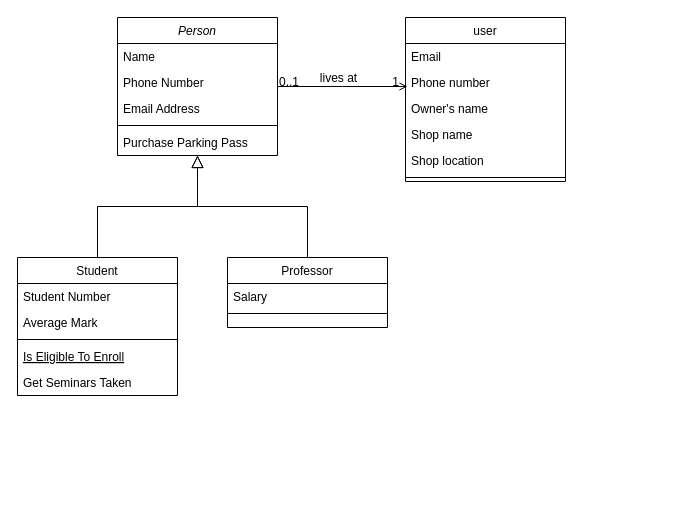
This is Faida.drawio from MosesOchieng/Database, a draw.io file, before an edit. Source tidied: cells renumbered, new cells numbered last; positions are measured from the earlier drawing's top-left corner, leaving out a move shared by most shapes. Both pictures are drawn from the tidied source at 100%, with x=0, y=0 at pixel (17, 17).
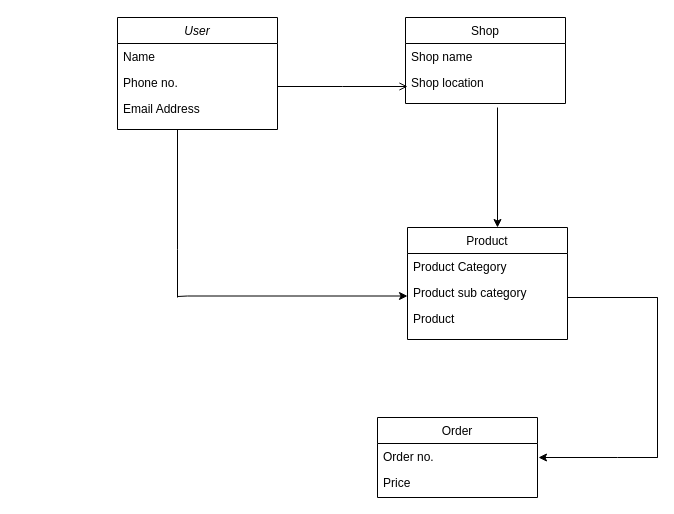
Above is the later version.

The change refers to these unchanged cells:
```xml
<mxCell id="26" style="endArrow=open;shadow=0;strokeWidth=1;rounded=0;endFill=1;edgeStyle=elbowEdgeStyle;elbow=vertical;" parent="1" edge="1" source="2">
  <mxGeometry x="0.5" y="41" relative="1" as="geometry">
    <mxPoint x="390" y="69" as="targetPoint" />
    <mxPoint x="-40" y="32" as="offset" />
  </mxGeometry>
</mxCell>
```

The edit, as a diff of the source:
```diff
@@
-    <mxCell id="2" value="Person" style="swimlane;fontStyle=2;align=center;verticalAlign=top;horizontal=1;startSize=26;rounded=0;shadow=0;strokeWidth=1;" parent="1" vertex="1">
-      <mxGeometry x="100" width="160" height="138" as="geometry" />
+    <mxCell id="2" value="User" style="swimlane;fontStyle=2;align=center;verticalAlign=top;horizontal=1;startSize=26;rounded=0;shadow=0;strokeWidth=1;" parent="1" vertex="1">
+      <mxGeometry x="100" width="160" height="112" as="geometry" />
     </mxCell>
@@
-    <mxCell id="4" value="Phone Number" style="text;align=left;verticalAlign=top;spacingLeft=4;spacingRight=4;overflow=hidden;rounded=0;shadow=0;html=0;" parent="2" vertex="1">
+    <mxCell id="4" value="Phone no." style="text;align=left;verticalAlign=top;spacingLeft=4;spacingRight=4;overflow=hidden;rounded=0;shadow=0;html=0;" parent="2" vertex="1">
       <mxGeometry y="52" width="160" height="26" as="geometry" />
     </mxCell>
@@
-    <mxCell id="6" style="line;html=1;strokeWidth=1;align=left;verticalAlign=middle;spacingTop=-1;spacingLeft=3;spacingRight=3;labelPosition=right;" parent="2" vertex="1">
-      <mxGeometry y="104" width="160" height="8" as="geometry" />
-    </mxCell>
-    <mxCell id="7" value="Purchase Parking Pass" style="text;align=left;verticalAlign=top;spacingLeft=4;spacingRight=4;overflow=hidden;" parent="2" vertex="1">
-      <mxGeometry y="112" width="160" height="26" as="geometry" />
-    </mxCell>
-    <mxCell id="8" value="Student" style="swimlane;fontStyle=0;align=center;verticalAlign=top;horizontal=1;startSize=26;rounded=0;shadow=0;strokeWidth=1;" parent="1" vertex="1">
-      <mxGeometry y="240" width="160" height="138" as="geometry" />
+    <mxCell id="8" value="Product" style="swimlane;fontStyle=0;align=center;verticalAlign=top;horizontal=1;startSize=26;rounded=0;shadow=0;strokeWidth=1;" parent="1" vertex="1">
+      <mxGeometry x="390" y="210" width="160" height="112" as="geometry" />
     </mxCell>
-    <mxCell id="9" value="Student Number" style="text;align=left;verticalAlign=top;spacingLeft=4;spacingRight=4;overflow=hidden;" parent="8" vertex="1">
+    <mxCell id="9" value="Product Category" style="text;align=left;verticalAlign=top;spacingLeft=4;spacingRight=4;overflow=hidden;" parent="8" vertex="1">
       <mxGeometry y="26" width="160" height="26" as="geometry" />
     </mxCell>
-    <mxCell id="10" value="Average Mark" style="text;align=left;verticalAlign=top;spacingLeft=4;spacingRight=4;overflow=hidden;rounded=0;shadow=0;html=0;" parent="8" vertex="1">
+    <mxCell id="10" value="Product sub category" style="text;align=left;verticalAlign=top;spacingLeft=4;spacingRight=4;overflow=hidden;rounded=0;shadow=0;html=0;" parent="8" vertex="1">
       <mxGeometry y="52" width="160" height="26" as="geometry" />
     </mxCell>
-    <mxCell id="11" style="line;html=1;strokeWidth=1;align=left;verticalAlign=middle;spacingTop=-1;spacingLeft=3;spacingRight=3;labelPosition=right;" parent="8" vertex="1">
-      <mxGeometry y="78" width="160" height="8" as="geometry" />
-    </mxCell>
-    <mxCell id="12" value="Is Eligible To Enroll" style="text;align=left;verticalAlign=top;spacingLeft=4;spacingRight=4;overflow=hidden;fontStyle=4;" parent="8" vertex="1">
-      <mxGeometry y="86" width="160" height="26" as="geometry" />
+    <mxCell id="12" value="Product" style="text;align=left;verticalAlign=top;spacingLeft=4;spacingRight=4;overflow=hidden;fontStyle=0;" parent="8" vertex="1">
+      <mxGeometry y="78" width="160" height="26" as="geometry" />
     </mxCell>
-    <mxCell id="13" value="Get Seminars Taken" style="text;align=left;verticalAlign=top;spacingLeft=4;spacingRight=4;overflow=hidden;" parent="8" vertex="1">
-      <mxGeometry y="112" width="160" height="26" as="geometry" />
-    </mxCell>
-    <mxCell id="14" style="endArrow=block;endSize=10;endFill=0;shadow=0;strokeWidth=1;rounded=0;edgeStyle=elbowEdgeStyle;elbow=vertical;" parent="1" edge="1" source="8" target="2">
-      <mxGeometry relative="1" as="geometry" />
-    </mxCell>
-    <mxCell id="15" value="Professor" style="swimlane;fontStyle=0;align=center;verticalAlign=top;horizontal=1;startSize=26;rounded=0;shadow=0;strokeWidth=1;" parent="1" vertex="1">
-      <mxGeometry x="210" y="240" width="160" height="70" as="geometry" />
-    </mxCell>
-    <mxCell id="16" value="Salary" style="text;align=left;verticalAlign=top;spacingLeft=4;spacingRight=4;overflow=hidden;" parent="15" vertex="1">
-      <mxGeometry y="26" width="160" height="26" as="geometry" />
-    </mxCell>
-    <mxCell id="17" style="line;html=1;strokeWidth=1;align=left;verticalAlign=middle;spacingTop=-1;spacingLeft=3;spacingRight=3;labelPosition=right;" parent="15" vertex="1">
-      <mxGeometry y="52" width="160" height="8" as="geometry" />
-    </mxCell>
-    <mxCell id="18" style="endArrow=block;endSize=10;endFill=0;shadow=0;strokeWidth=1;rounded=0;edgeStyle=elbowEdgeStyle;elbow=vertical;" parent="1" edge="1" source="15" target="2">
-      <mxGeometry relative="1" as="geometry" />
-    </mxCell>
-    <mxCell id="19" value="user" style="swimlane;fontStyle=0;align=center;verticalAlign=top;horizontal=1;startSize=26;rounded=0;shadow=0;strokeWidth=1;" parent="1" vertex="1">
-      <mxGeometry x="388" width="160" height="164" as="geometry" />
+    <mxCell id="19" value="Shop" style="swimlane;fontStyle=0;align=center;verticalAlign=top;horizontal=1;startSize=26;rounded=0;shadow=0;strokeWidth=1;" parent="1" vertex="1">
+      <mxGeometry x="388" width="160" height="86" as="geometry" />
     </mxCell>
-    <mxCell id="20" value="Email" style="text;align=left;verticalAlign=top;spacingLeft=4;spacingRight=4;overflow=hidden;" parent="19" vertex="1">
-      <mxGeometry y="26" width="160" height="26" as="geometry" />
-    </mxCell>
-    <mxCell id="21" value="Phone number" style="text;align=left;verticalAlign=top;spacingLeft=4;spacingRight=4;overflow=hidden;rounded=0;shadow=0;html=0;" parent="19" vertex="1">
-      <mxGeometry y="52" width="160" height="26" as="geometry" />
-    </mxCell>
-    <mxCell id="22" value="Owner's name" style="text;align=left;verticalAlign=top;spacingLeft=4;spacingRight=4;overflow=hidden;rounded=0;shadow=0;html=0;" parent="19" vertex="1">
-      <mxGeometry y="78" width="160" height="26" as="geometry" />
-    </mxCell>
     <mxCell id="23" value="Shop name" style="text;align=left;verticalAlign=top;spacingLeft=4;spacingRight=4;overflow=hidden;rounded=0;shadow=0;html=0;" parent="19" vertex="1">
-      <mxGeometry y="104" width="160" height="26" as="geometry" />
+      <mxGeometry y="26" width="160" height="26" as="geometry" />
     </mxCell>
     <mxCell id="24" value="Shop location" style="text;align=left;verticalAlign=top;spacingLeft=4;spacingRight=4;overflow=hidden;rounded=0;shadow=0;html=0;" parent="19" vertex="1">
-      <mxGeometry y="130" width="160" height="26" as="geometry" />
+      <mxGeometry y="52" width="160" height="26" as="geometry" />
     </mxCell>
-    <mxCell id="25" style="line;html=1;strokeWidth=1;align=left;verticalAlign=middle;spacingTop=-1;spacingLeft=3;spacingRight=3;labelPosition=right;" parent="19" vertex="1">
-      <mxGeometry y="156" width="160" height="8" as="geometry" />
-    </mxCell>
@@
-    <mxCell id="27" value="0..1" style="align=left;verticalAlign=bottom;labelBackgroundColor=none;fontSize=12;" parent="26" vertex="1">
-      <mxGeometry x="-1" relative="1" as="geometry">
-        <mxPoint y="4" as="offset" />
-      </mxGeometry>
-    </mxCell>
-    <mxCell id="28" value="1" style="align=right;verticalAlign=bottom;labelBackgroundColor=none;fontSize=12;" parent="26" vertex="1">
-      <mxGeometry x="1" relative="1" as="geometry">
-        <mxPoint x="-7" y="4" as="offset" />
-      </mxGeometry>
-    </mxCell>
-    <mxCell id="29" value="lives at" style="text;html=1;align=center;verticalAlign=middle;labelBackgroundColor=none;rounded=0;shadow=0;strokeWidth=1;fontSize=12;" parent="26" vertex="1">
-      <mxGeometry x="0.5" y="49" relative="1" as="geometry">
-        <mxPoint x="-38" y="40" as="offset" />
-      </mxGeometry>
-    </mxCell>
+    <mxCell id="30" style="endArrow=classic;html=1;rounded=0;" parent="1" edge="1">
+      <mxGeometry relative="1" as="geometry">
+        <mxPoint x="480" y="90" as="sourcePoint" />
+        <mxPoint x="480" y="210" as="targetPoint" />
+      </mxGeometry>
+    </mxCell>
+    <mxCell id="31" style="endArrow=none;html=1;rounded=0;" parent="1" edge="1">
+      <mxGeometry relative="1" as="geometry">
+        <mxPoint x="160" y="280" as="sourcePoint" />
+        <mxPoint x="160" y="112" as="targetPoint" />
+        <Array as="points">
+          <mxPoint x="160" y="232" />
+        </Array>
+      </mxGeometry>
+    </mxCell>
+    <mxCell id="32" style="endArrow=classic;html=1;rounded=0;" parent="1" edge="1">
+      <mxGeometry relative="1" as="geometry">
+        <mxPoint x="160" y="279" as="sourcePoint" />
+        <mxPoint x="390" y="278.5" as="targetPoint" />
+        <Array as="points">
+          <mxPoint x="170" y="278.5" />
+        </Array>
+      </mxGeometry>
+    </mxCell>
+    <mxCell id="33" value="Order" style="swimlane;fontStyle=0;align=center;verticalAlign=top;horizontal=1;startSize=26;rounded=0;shadow=0;strokeWidth=1;" parent="1" vertex="1">
+      <mxGeometry x="360" y="400" width="160" height="80" as="geometry" />
+    </mxCell>
+    <mxCell id="34" value="Order no." style="text;align=left;verticalAlign=top;spacingLeft=4;spacingRight=4;overflow=hidden;" parent="33" vertex="1">
+      <mxGeometry y="26" width="160" height="26" as="geometry" />
+    </mxCell>
+    <mxCell id="35" value="Price" style="text;align=left;verticalAlign=top;spacingLeft=4;spacingRight=4;overflow=hidden;rounded=0;shadow=0;html=0;" parent="33" vertex="1">
+      <mxGeometry y="52" width="160" height="26" as="geometry" />
+    </mxCell>
+    <mxCell id="36" style="endArrow=none;html=1;rounded=0;" parent="1" edge="1">
+      <mxGeometry relative="1" as="geometry">
+        <mxPoint x="640" y="440" as="sourcePoint" />
+        <mxPoint x="640" y="280" as="targetPoint" />
+      </mxGeometry>
+    </mxCell>
+    <mxCell id="37" style="endArrow=none;html=1;rounded=0;" parent="1" edge="1">
+      <mxGeometry relative="1" as="geometry">
+        <mxPoint x="550" y="280" as="sourcePoint" />
+        <mxPoint x="640" y="440" as="targetPoint" />
+        <Array as="points">
+          <mxPoint x="640" y="280" />
+          <mxPoint x="640" y="380" />
+        </Array>
+      </mxGeometry>
+    </mxCell>
+    <mxCell id="38" style="endArrow=classic;html=1;rounded=0;" parent="1" edge="1">
+      <mxGeometry relative="1" as="geometry">
+        <mxPoint x="640" y="440" as="sourcePoint" />
+        <mxPoint x="521" y="440" as="targetPoint" />
+        <Array as="points">
+          <mxPoint x="600" y="440" />
+        </Array>
+      </mxGeometry>
+    </mxCell>
```
